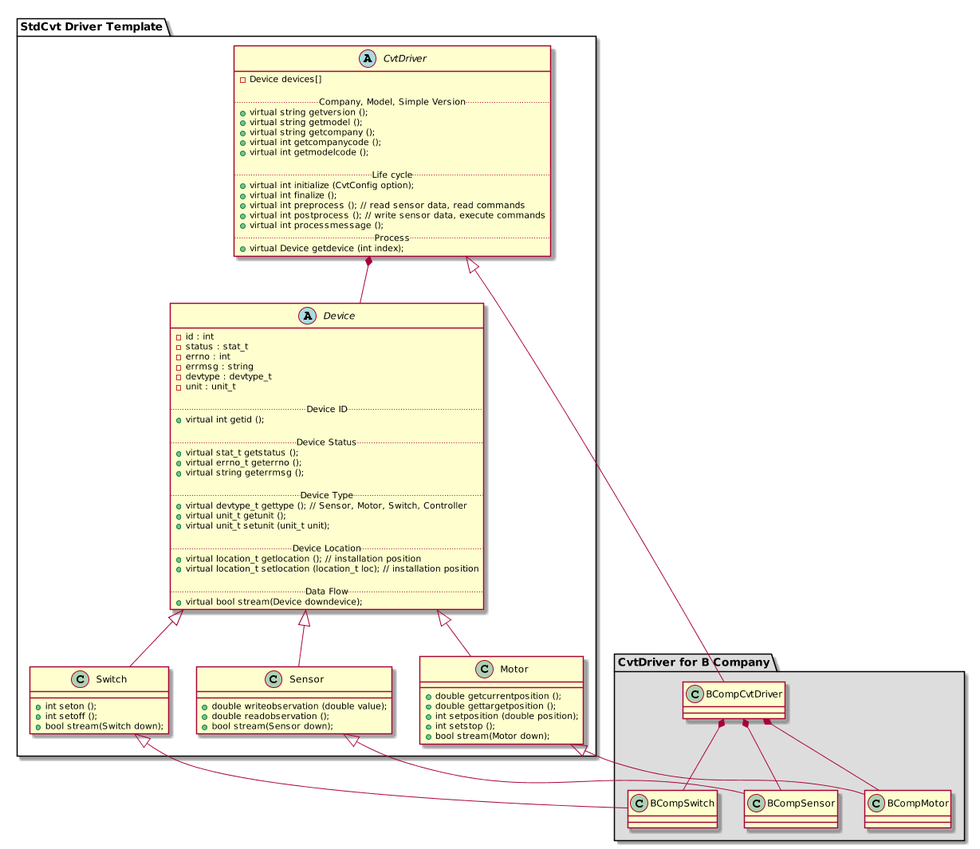
This is doc/images/converter_class.png from ebio-snu/stdcvt, a PlantUML export, as it was before one commit.
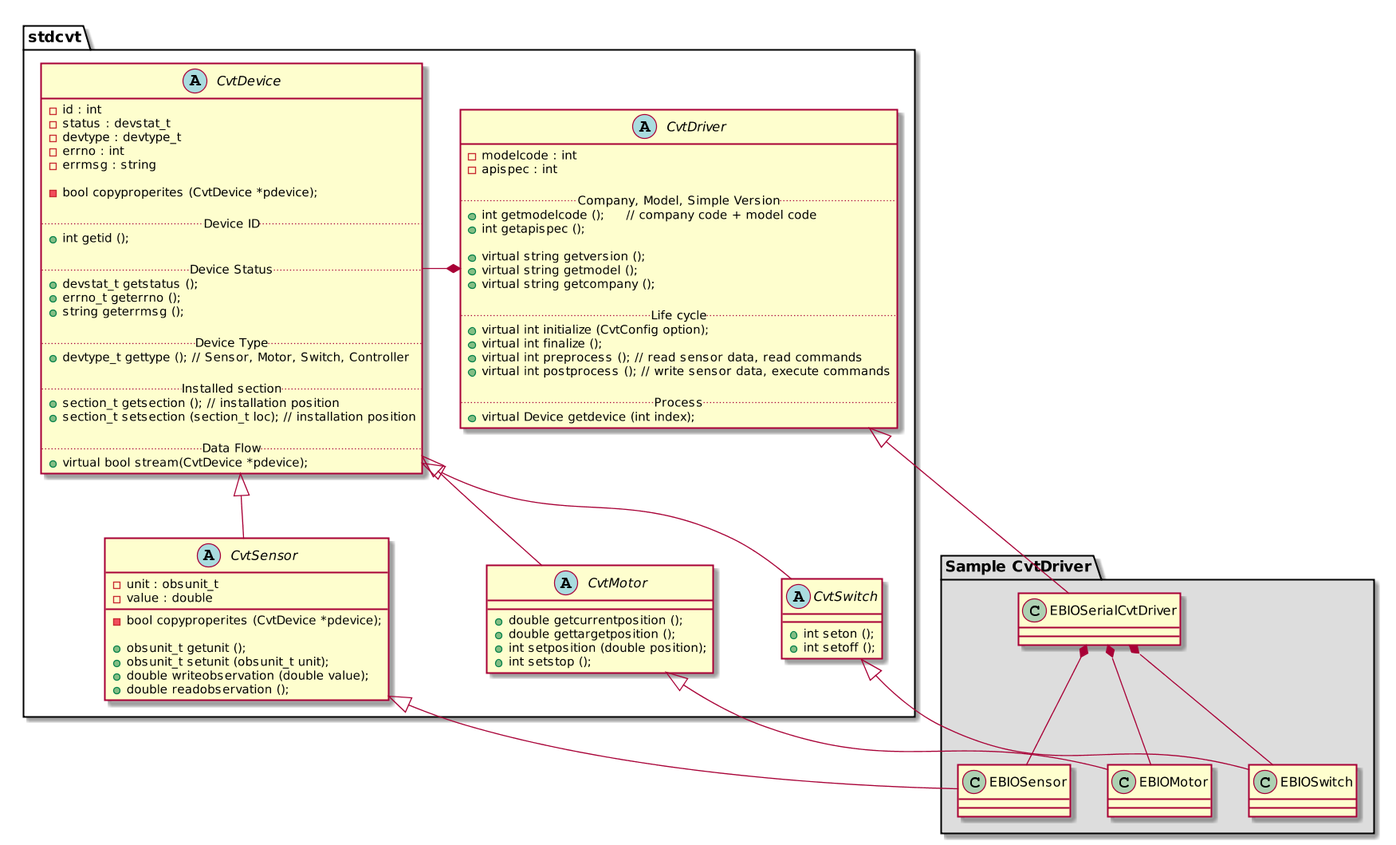
After the commit.

The edit, as a diff of the source:
```diff
@@ -1,106 +1,109 @@
 @startuml
 scale 1920*1080
 
-
-package "StdCvt Driver Template" {
+package stdcvt {
 
     abstract class CvtDriver {
-     - Device devices[]
+     - modelcode : int
+     - apispec : int
 
      .. Company, Model, Simple Version ..
+     + int getmodelcode ();     // company code + model code
+     + int getapispec ();
+
      + virtual string getversion ();
      + virtual string getmodel ();
      + virtual string getcompany ();
-     + virtual int getcompanycode ();
-     + virtual int getmodelcode ();
 
      .. Life cycle ..
      + virtual int initialize (CvtConfig option);
      + virtual int finalize ();
      + virtual int preprocess (); // read sensor data, read commands
      + virtual int postprocess (); // write sensor data, execute commands
-     + virtual int processmessage ();
+
      .. Process ..
      + virtual Device getdevice (int index);
     }
 
-    abstract class Device {
+    abstract class CvtDevice {
      - id : int
-     - status : stat_t
+     - status : devstat_t
+     - devtype : devtype_t
      - errno : int
      - errmsg : string
-     - devtype : devtype_t
-     - unit : unit_t
+
+     - bool copyproperites (CvtDevice *pdevice);
 
      .. Device ID ..
-     + virtual int getid ();
+     + int getid ();
 
      .. Device Status ..
-     + virtual stat_t getstatus ();
-     + virtual errno_t geterrno ();
-     + virtual string geterrmsg ();
+     + devstat_t getstatus ();
+     + errno_t geterrno ();
+     + string geterrmsg ();
 
      .. Device Type ..
-     + virtual devtype_t gettype (); // Sensor, Motor, Switch, Controller
-     + virtual unit_t getunit ();
-     + virtual unit_t setunit (unit_t unit);
+     + devtype_t gettype (); // Sensor, Motor, Switch, Controller
 
-     .. Device Location ..
-     + virtual location_t getlocation (); // installation position
-     + virtual location_t setlocation (location_t loc); // installation position
+     .. Installed section ..
+     + section_t getsection (); // installation position
+     + section_t setsection (section_t loc); // installation position
 
      .. Data Flow ..
-     + virtual bool stream(Device downdevice);
+     + virtual bool stream(CvtDevice *pdevice);
     }
 
-    class Sensor {
+    abstract class CvtSensor {
+     - unit : obsunit_t
+     - value : double
+     - bool copyproperites (CvtDevice *pdevice);
+
+     + obsunit_t getunit ();
+     + obsunit_t setunit (obsunit_t unit);
      + double writeobservation (double value);
      + double readobservation ();
-     + bool stream(Sensor down);
     }
 
-    class Motor {
+    abstract class CvtMotor {
      + double getcurrentposition ();
      + double gettargetposition ();
      + int setposition (double position);
      + int setstop ();
-     + bool stream(Motor down);
     }
 
-    class Switch {
+    abstract class CvtSwitch {
      + int seton ();
      + int setoff ();
-     + bool stream(Switch down);
     }
 
-    Device <|-- Sensor
-    Device <|-- Motor
-    Device <|-- Switch
+    CvtDriver *- CvtDevice
 
-    CvtDriver *-- Device
+    CvtDevice <|-- CvtSensor
+    CvtDevice <|-- CvtMotor
+    CvtDevice <|-- CvtSwitch
 }
 
-package "CvtDriver for B Company" #DDDDDD {
-    class BCompCvtDriver {
+package "Sample CvtDriver" #DDDDDD {
+    class EBIOSerialCvtDriver {
     }
 
-    CvtDriver <|-- BCompCvtDriver
+    CvtDriver <|-- EBIOSerialCvtDriver
 
-    class BCompSensor {
+    class EBIOSensor {
     }
 
-    class BCompMotor {
+    class EBIOMotor {
     }
 
-    class BCompSwitch {
+    class EBIOSwitch {
     }
 
-    Sensor <|-- BCompSensor
-    Motor <|-- BCompMotor
-    Switch <|-- BCompSwitch
+    CvtSensor <|-- EBIOSensor
+    CvtMotor <|-- EBIOMotor
+    CvtSwitch <|-- EBIOSwitch
 
-    BCompCvtDriver *-- BCompSensor
-    BCompCvtDriver *-- BCompMotor
-    BCompCvtDriver *-- BCompSwitch
+    EBIOSerialCvtDriver *-- EBIOSensor
+    EBIOSerialCvtDriver *-- EBIOMotor
+    EBIOSerialCvtDriver *-- EBIOSwitch
 }
 @enduml
```
